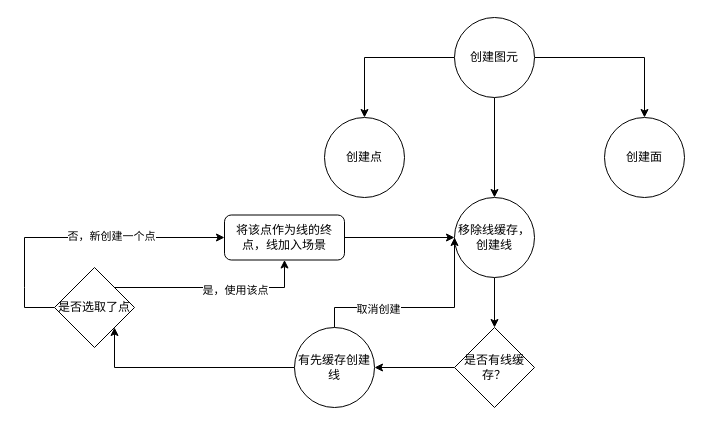
Before: 未命名绘图.drawio in Harekaze-Misakiakeno/uml, a draw.io diagram. Source tidied: cells renumbered, new cells numbered last; positions are measured from the earlier drawing's top-left corner, leaving out a move shared by most shapes. Both pictures are drawn from the tidied source at 100%, with x=0, y=0 at pixel (24, 17).
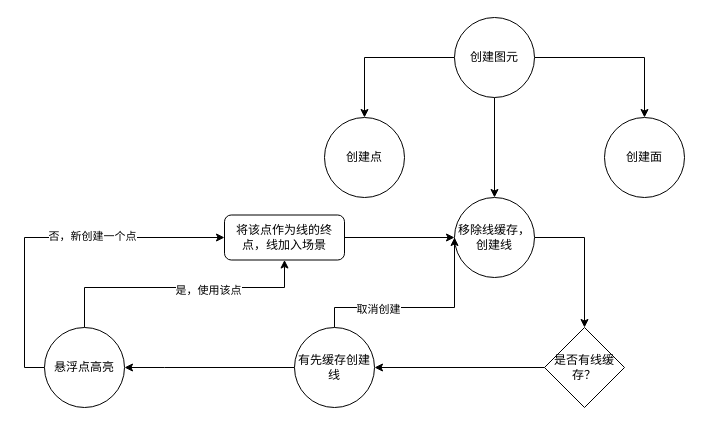
The same diagram, later.

The change refers to these unchanged cells:
```xml
<mxCell id="15" value="有先缓存创建线" style="ellipse;whiteSpace=wrap;html=1;spacing=5;" parent="1" vertex="1">
  <mxGeometry x="270" y="310" width="80" height="80" as="geometry" />
</mxCell>
<mxCell id="22" value="将该点作为线的终点，线加入场景" style="rounded=1;whiteSpace=wrap;html=1;spacing=5;" parent="1" vertex="1">
  <mxGeometry x="200" y="197.5" width="120" height="45" as="geometry" />
</mxCell>
```

Diff of the diagram source:
```diff
@@
     <mxCell id="11" value="是否有线缓存？" style="rhombus;whiteSpace=wrap;html=1;spacing=5;" parent="1" vertex="1">
-      <mxGeometry x="430" y="310" width="80" height="80" as="geometry" />
+      <mxGeometry x="520" y="310" width="80" height="80" as="geometry" />
     </mxCell>
@@
-    <mxCell id="14" style="edgeStyle=orthogonalEdgeStyle;rounded=0;jettySize=auto;html=1;" parent="1" edge="1" source="15" target="20">
+    <mxCell id="14" style="edgeStyle=orthogonalEdgeStyle;rounded=0;jettySize=auto;html=1;entryX=1;entryY=0.5;entryDx=0;entryDy=0;" parent="1" edge="1" source="15" target="23">
       <mxGeometry relative="1" as="geometry">
         <Array as="points">
-          <mxPoint x="90" y="350" />
+          <mxPoint x="140" y="350" />
+          <mxPoint x="140" y="350" />
         </Array>
       </mxGeometry>
     </mxCell>
@@
-    <mxCell id="16" style="edgeStyle=orthogonalEdgeStyle;rounded=0;jettySize=auto;html=1;entryX=0;entryY=0.5;entryDx=0;entryDy=0;exitX=0;exitY=0.5;exitDx=0;exitDy=0;" parent="1" edge="1" source="20" target="22">
+    <mxCell id="16" style="edgeStyle=orthogonalEdgeStyle;rounded=0;jettySize=auto;html=1;entryX=0;entryY=0.5;entryDx=0;entryDy=0;exitX=0;exitY=0.5;exitDx=0;exitDy=0;" parent="1" edge="1" source="23" target="22">
       <mxGeometry relative="1" as="geometry">
         <Array as="points">
-          <mxPoint y="270" />
+          <mxPoint y="350" />
           <mxPoint y="220" />
-          <mxPoint x="190" y="220" />
         </Array>
       </mxGeometry>
     </mxCell>
@@
-    <mxCell id="18" style="edgeStyle=orthogonalEdgeStyle;rounded=0;jettySize=auto;html=1;" parent="1" edge="1" source="20" target="22">
+    <mxCell id="18" style="edgeStyle=orthogonalEdgeStyle;rounded=0;jettySize=auto;html=1;exitX=0.5;exitY=0;exitDx=0;exitDy=0;verticalAlign=top;" parent="1" edge="1" source="23" target="22">
       <mxGeometry relative="1" as="geometry">
         <Array as="points">
+          <mxPoint x="60" y="270" />
           <mxPoint x="260" y="270" />
         </Array>
       </mxGeometry>
     </mxCell>
@@
-    <mxCell id="20" value="是否选取了点" style="rhombus;whiteSpace=wrap;html=1;spacing=5;" parent="1" vertex="1">
-      <mxGeometry x="30" y="250" width="80" height="80" as="geometry" />
-    </mxCell>
@@
+    <mxCell id="23" value="悬浮点高亮" style="ellipse;whiteSpace=wrap;html=1;" parent="1" vertex="1">
+      <mxGeometry x="20" y="310" width="80" height="80" as="geometry" />
+    </mxCell>
```
